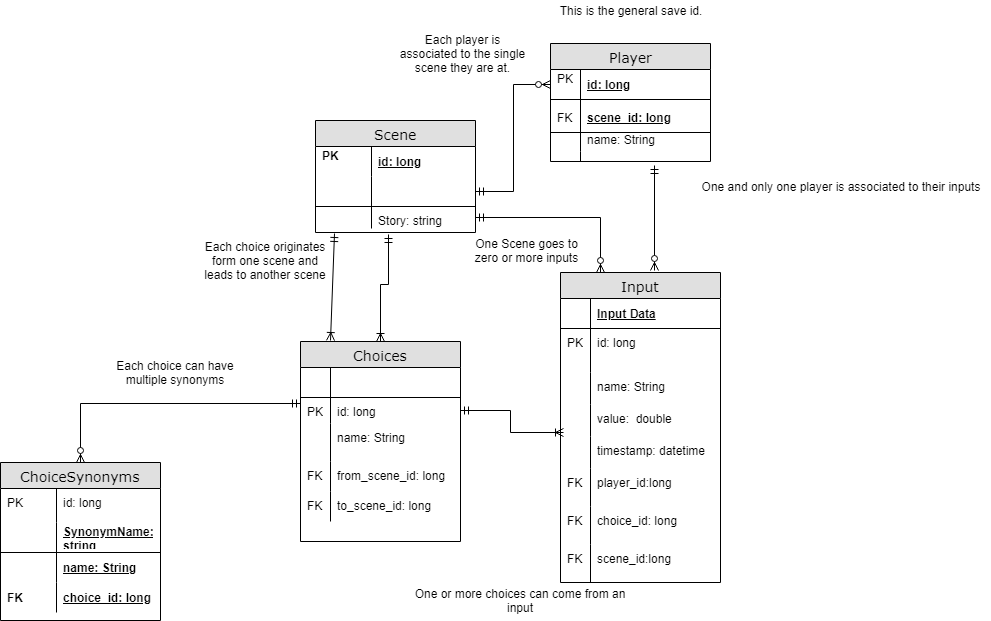
balexander16/PictureQuest keeps this draw.io diagram as docs/EntityModel.png. Above is the earlier version. Source tidied: cells renumbered, new cells last; positions are measured from the earlier drawing's top-left corner, leaving out a move shared by most shapes.
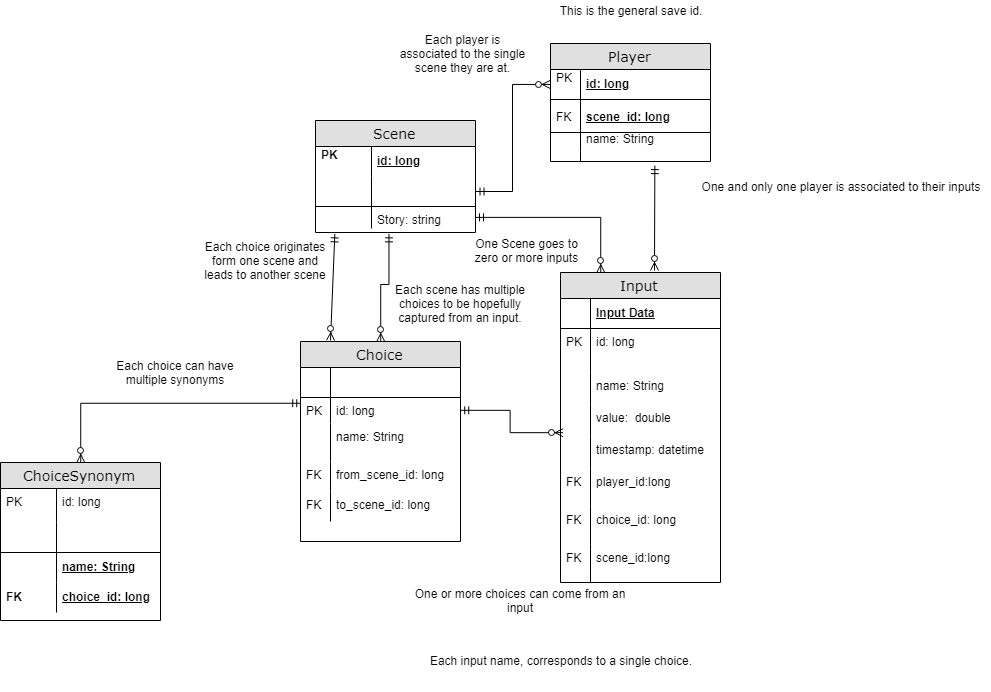
After the change.

Diff of the diagram source:
```diff
@@ -104,7 +104,7 @@
     <mxCell id="35" style="edgeStyle=orthogonalEdgeStyle;rounded=0;jettySize=auto;html=1;entryX=0.001;entryY=0.242;entryDx=0;entryDy=0;entryPerimeter=0;startArrow=ERzeroToMany;startFill=1;endArrow=ERmandOne;endFill=0;" parent="1" edge="1" source="36" target="49">
       <mxGeometry relative="1" as="geometry" />
     </mxCell>
-    <mxCell id="36" value="ChoiceSynonyms" style="swimlane;html=1;fontStyle=0;horizontal=1;startSize=26;fillColor=#e0e0e0;swimlaneFillColor=#ffffff;align=center;rounded=0;shadow=0;comic=0;labelBackgroundColor=none;strokeColor=#000000;strokeWidth=1;fontFamily=Verdana;fontSize=14;fontColor=#000000;" parent="1" vertex="1">
+    <mxCell id="36" value="ChoiceSynonym" style="swimlane;html=1;fontStyle=0;horizontal=1;startSize=26;fillColor=#e0e0e0;swimlaneFillColor=#ffffff;align=center;rounded=0;shadow=0;comic=0;labelBackgroundColor=none;strokeColor=#000000;strokeWidth=1;fontFamily=Verdana;fontSize=14;fontColor=#000000;" parent="1" vertex="1">
       <mxGeometry y="462" width="160" height="158" as="geometry" />
     </mxCell>
     <mxCell id="37" value="id: long" style="shape=partialRectangle;top=0;left=0;right=0;bottom=0;html=1;align=left;verticalAlign=top;fillColor=none;spacingLeft=60;spacingRight=4;whiteSpace=wrap;overflow=hidden;" parent="36" vertex="1">
@@ -113,7 +113,7 @@
     <mxCell id="38" value="PK" style="shape=partialRectangle;top=0;left=0;bottom=0;html=1;fillColor=none;align=left;verticalAlign=top;spacingLeft=4;spacingRight=4;whiteSpace=wrap;overflow=hidden;" parent="37" vertex="1">
       <mxGeometry width="56" height="34" as="geometry" />
     </mxCell>
-    <mxCell id="39" value="SynonymName: string" style="shape=partialRectangle;top=0;left=0;right=0;bottom=1;html=1;align=left;verticalAlign=middle;fillColor=none;spacingLeft=60;spacingRight=4;whiteSpace=wrap;overflow=hidden;fontStyle=5;" parent="36" vertex="1">
+    <mxCell id="39" style="shape=partialRectangle;top=0;left=0;right=0;bottom=1;html=1;align=left;verticalAlign=middle;fillColor=none;spacingLeft=60;spacingRight=4;whiteSpace=wrap;overflow=hidden;fontStyle=5;" parent="36" vertex="1">
       <mxGeometry y="60" width="160" height="30" as="geometry" />
     </mxCell>
     <mxCell id="40" style="shape=partialRectangle;fontStyle=1;top=0;left=0;bottom=0;html=1;fillColor=none;align=left;verticalAlign=middle;spacingLeft=4;spacingRight=4;whiteSpace=wrap;overflow=hidden;" parent="39" vertex="1">
@@ -131,7 +131,7 @@
     <mxCell id="44" value="FK" style="shape=partialRectangle;fontStyle=1;top=0;left=0;bottom=0;html=1;fillColor=none;align=left;verticalAlign=middle;spacingLeft=4;spacingRight=4;whiteSpace=wrap;overflow=hidden;" parent="43" vertex="1">
       <mxGeometry width="56" height="30" as="geometry" />
     </mxCell>
-    <mxCell id="45" style="edgeStyle=orthogonalEdgeStyle;rounded=0;jettySize=auto;html=1;entryX=0.459;entryY=1.267;entryDx=0;entryDy=0;entryPerimeter=0;startArrow=ERoneToMany;startFill=0;endArrow=ERmandOne;endFill=0;" parent="1" edge="1" source="46" target="7">
+    <mxCell id="45" style="edgeStyle=orthogonalEdgeStyle;rounded=0;jettySize=auto;html=1;entryX=0.459;entryY=1.267;entryDx=0;entryDy=0;entryPerimeter=0;startArrow=ERzeroToMany;startFill=1;endArrow=ERmandOne;endFill=0;" parent="1" edge="1" source="46" target="7">
       <mxGeometry relative="1" as="geometry">
         <Array as="points">
           <mxPoint x="380" y="284" />
@@ -139,7 +139,7 @@
         </Array>
       </mxGeometry>
     </mxCell>
-    <mxCell id="46" value="Choices" style="swimlane;html=1;fontStyle=0;horizontal=1;startSize=26;fillColor=#e0e0e0;swimlaneFillColor=#ffffff;align=center;rounded=0;shadow=0;comic=0;labelBackgroundColor=none;strokeColor=#000000;strokeWidth=1;fontFamily=Verdana;fontSize=14;fontColor=#000000;" parent="1" vertex="1">
+    <mxCell id="46" value="Choice" style="swimlane;html=1;fontStyle=0;horizontal=1;startSize=26;fillColor=#e0e0e0;swimlaneFillColor=#ffffff;align=center;rounded=0;shadow=0;comic=0;labelBackgroundColor=none;strokeColor=#000000;strokeWidth=1;fontFamily=Verdana;fontSize=14;fontColor=#000000;" parent="1" vertex="1">
       <mxGeometry x="300" y="341" width="160" height="200" as="geometry" />
     </mxCell>
     <mxCell id="47" style="shape=partialRectangle;top=0;left=0;right=0;bottom=1;html=1;align=left;verticalAlign=middle;fillColor=none;spacingLeft=34;spacingRight=4;whiteSpace=wrap;overflow=hidden;fontStyle=5;" parent="46" vertex="1">
@@ -175,7 +175,7 @@
     <mxCell id="57" value="This is the general save id." style="text;html=1;strokeColor=none;fillColor=none;align=center;verticalAlign=middle;whiteSpace=wrap;rounded=0;" parent="1" vertex="1">
       <mxGeometry x="550" width="160" height="20" as="geometry" />
     </mxCell>
-    <mxCell id="58" style="edgeStyle=orthogonalEdgeStyle;rounded=0;jettySize=auto;html=1;exitX=1;exitY=0.5;exitDx=0;exitDy=0;entryX=0.016;entryY=-0.125;entryDx=0;entryDy=0;entryPerimeter=0;startArrow=ERmandOne;startFill=0;endArrow=ERoneToMany;endFill=0;" parent="1" edge="1" source="49" target="27">
+    <mxCell id="58" style="edgeStyle=orthogonalEdgeStyle;rounded=0;jettySize=auto;html=1;exitX=1;exitY=0.5;exitDx=0;exitDy=0;entryX=0.016;entryY=-0.125;entryDx=0;entryDy=0;entryPerimeter=0;startArrow=ERmandOne;startFill=0;endArrow=ERzeroToMany;endFill=1;" parent="1" edge="1" source="49" target="27">
       <mxGeometry relative="1" as="geometry" />
     </mxCell>
     <mxCell id="59" style="edgeStyle=orthogonalEdgeStyle;rounded=0;jettySize=auto;html=1;exitX=1;exitY=0.5;exitDx=0;exitDy=0;entryX=0;entryY=0.5;entryDx=0;entryDy=0;startArrow=ERmandOne;startFill=0;endArrow=ERzeroToMany;endFill=1;" parent="1" edge="1" source="5" target="10">
@@ -184,7 +184,7 @@
     <mxCell id="60" style="edgeStyle=orthogonalEdgeStyle;rounded=0;jettySize=auto;html=1;entryX=0.25;entryY=0;entryDx=0;entryDy=0;startArrow=ERmandOne;startFill=0;endArrow=ERzeroToMany;endFill=1;" parent="1" edge="1" source="7" target="18">
       <mxGeometry relative="1" as="geometry" />
     </mxCell>
-    <mxCell id="61" style="endArrow=ERmandOne;html=1;entryX=0.119;entryY=1.227;entryDx=0;entryDy=0;entryPerimeter=0;startArrow=ERoneToMany;startFill=0;endFill=0;" parent="1" edge="1" target="7">
+    <mxCell id="61" style="endArrow=ERmandOne;html=1;entryX=0.119;entryY=1.227;entryDx=0;entryDy=0;entryPerimeter=0;startArrow=ERzeroToMany;startFill=1;endFill=0;" parent="1" edge="1" target="7">
       <mxGeometry relative="1" as="geometry">
         <mxPoint x="330" y="340" as="sourcePoint" />
       </mxGeometry>
@@ -218,5 +218,11 @@
     <mxCell id="70" value="FK&lt;br&gt;" style="shape=partialRectangle;top=0;left=0;bottom=0;html=1;fillColor=none;align=left;verticalAlign=middle;spacingLeft=4;spacingRight=4;whiteSpace=wrap;overflow=hidden;" parent="69" vertex="1">
       <mxGeometry width="30" height="30" as="geometry" />
     </mxCell>
+    <mxCell id="71" value="Each input name, corresponds to a single choice." style="text;html=1;strokeColor=none;fillColor=none;align=center;verticalAlign=middle;whiteSpace=wrap;rounded=0;" parent="1" vertex="1">
+      <mxGeometry x="410" y="630" width="300" height="60" as="geometry" />
+    </mxCell>
+    <mxCell id="72" value="Each scene has multiple choices to be hopefully captured from an input." style="text;html=1;strokeColor=none;fillColor=none;align=center;verticalAlign=middle;whiteSpace=wrap;rounded=0;" parent="1" vertex="1">
+      <mxGeometry x="390" y="293" width="140" height="20" as="geometry" />
+    </mxCell>
   </root>
 </mxGraphModel>
```
